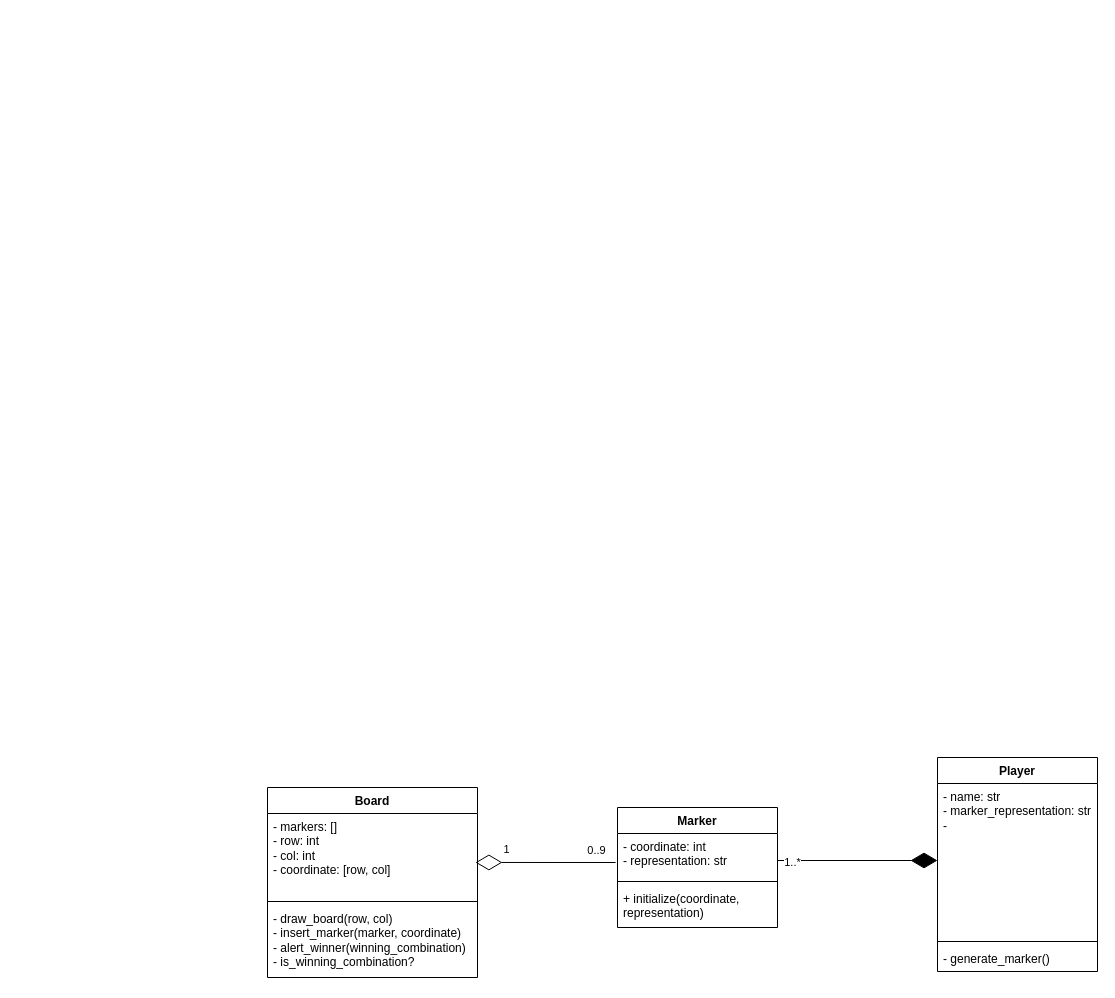
Earlier version of the draw.io diagram tic tac toe.drawio (ZephyRemix/tic-tac-toe). Source tidied: cells renumbered, new cells numbered last; positions are measured from the earlier drawing's top-left corner, leaving out a move shared by most shapes. Both pictures are drawn from the tidied source at 100%, with x=0, y=0 at pixel (97, 757).
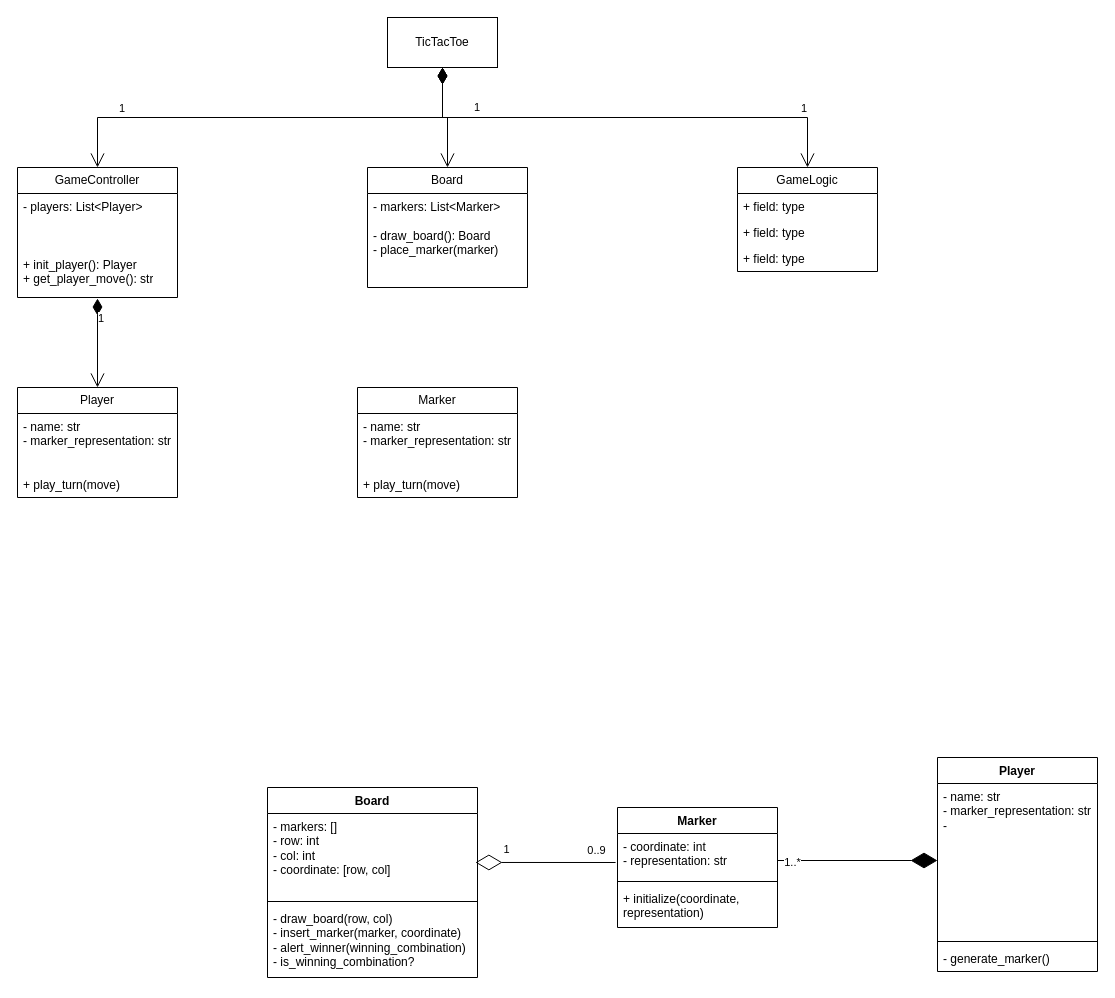
The same page after the edit.

Diff of the diagram source:
```diff
@@
     <mxCell id="2" style="edgeStyle=orthogonalEdgeStyle;rounded=0;html=1;dashed=1;labelBackgroundColor=none;startFill=0;endArrow=open;endFill=0;endSize=10;fontFamily=Verdana;fontSize=10;" parent="1" edge="1">
       <mxGeometry relative="1" as="geometry">
-        <mxPoint x="160" y="552" as="targetPoint" />
+        <mxPoint x="160" y="-178" as="targetPoint" />
         <Array as="points">
-          <mxPoint x="660" y="490" />
-          <mxPoint x="660" y="552" />
+          <mxPoint x="660" y="-240" />
+          <mxPoint x="660" y="-178" />
         </Array>
       </mxGeometry>
     </mxCell>
     <mxCell id="3" style="edgeStyle=orthogonalEdgeStyle;rounded=0;html=1;dashed=1;labelBackgroundColor=none;startFill=0;endArrow=open;endFill=0;endSize=10;fontFamily=Verdana;fontSize=10;" parent="1" edge="1">
       <mxGeometry relative="1" as="geometry">
-        <mxPoint y="690" as="targetPoint" />
+        <mxPoint y="-40" as="targetPoint" />
         <Array as="points">
-          <mxPoint x="530" y="690" />
+          <mxPoint x="530" y="-40" />
         </Array>
       </mxGeometry>
     </mxCell>
     <mxCell id="4" style="edgeStyle=orthogonalEdgeStyle;rounded=0;html=1;dashed=1;labelBackgroundColor=none;startFill=0;endArrow=open;endFill=0;endSize=10;fontFamily=Verdana;fontSize=10;" parent="1" edge="1">
       <mxGeometry relative="1" as="geometry">
-        <mxPoint y="888" as="targetPoint" />
+        <mxPoint y="158" as="targetPoint" />
         <Array as="points">
-          <mxPoint x="500" y="888" />
+          <mxPoint x="500" y="158" />
         </Array>
       </mxGeometry>
     </mxCell>
@@
+    <mxCell id="22" value="GameController" style="swimlane;fontStyle=0;horizontal=1;startSize=26;fillColor=none;whiteSpace=wrap;html=1;" parent="1" vertex="1">
+      <mxGeometry x="-80" y="-590" width="160" height="130" as="geometry" />
+    </mxCell>
+    <mxCell id="23" value="&lt;div&gt;- players: List&amp;lt;Player&amp;gt;&lt;/div&gt;&lt;div&gt;&lt;br&gt;&lt;/div&gt;&lt;div&gt;&lt;br&gt;&lt;/div&gt;&lt;div&gt;&lt;br&gt;&lt;/div&gt;&lt;div&gt;+ init_player(): Player&lt;/div&gt;&lt;div&gt;+ get_player_move(): str&lt;/div&gt;&lt;div&gt;&lt;br&gt;&lt;/div&gt;" style="text;strokeColor=none;fillColor=none;align=left;verticalAlign=top;spacingLeft=4;spacingRight=4;overflow=hidden;whiteSpace=wrap;html=1;" parent="22" vertex="1">
+      <mxGeometry y="26" width="160" height="104" as="geometry" />
+    </mxCell>
+    <mxCell id="24" value="TicTacToe" style="html=1;whiteSpace=wrap;" parent="1" vertex="1">
+      <mxGeometry x="290" y="-740" width="110" height="50" as="geometry" />
+    </mxCell>
+    <mxCell id="25" value="Board" style="swimlane;fontStyle=0;horizontal=1;startSize=26;fillColor=none;whiteSpace=wrap;html=1;" parent="1" vertex="1">
+      <mxGeometry x="270" y="-590" width="160" height="120" as="geometry" />
+    </mxCell>
+    <mxCell id="26" value="- markers: List&amp;lt;Marker&amp;gt;&lt;div&gt;&lt;br&gt;&lt;/div&gt;&lt;div&gt;- draw_board(): Board&amp;nbsp;&lt;/div&gt;&lt;div&gt;- place_marker(marker)&lt;/div&gt;" style="text;strokeColor=none;fillColor=none;align=left;verticalAlign=top;spacingLeft=4;spacingRight=4;overflow=hidden;whiteSpace=wrap;html=1;" parent="25" vertex="1">
+      <mxGeometry y="26" width="160" height="94" as="geometry" />
+    </mxCell>
+    <mxCell id="27" value="GameLogic" style="swimlane;fontStyle=0;horizontal=1;startSize=26;fillColor=none;whiteSpace=wrap;html=1;" parent="1" vertex="1">
+      <mxGeometry x="640" y="-590" width="140" height="104" as="geometry" />
+    </mxCell>
+    <mxCell id="28" value="+ field: type" style="text;strokeColor=none;fillColor=none;align=left;verticalAlign=top;spacingLeft=4;spacingRight=4;overflow=hidden;whiteSpace=wrap;html=1;" parent="27" vertex="1">
+      <mxGeometry y="26" width="140" height="26" as="geometry" />
+    </mxCell>
+    <mxCell id="29" value="+ field: type" style="text;strokeColor=none;fillColor=none;align=left;verticalAlign=top;spacingLeft=4;spacingRight=4;overflow=hidden;whiteSpace=wrap;html=1;" parent="27" vertex="1">
+      <mxGeometry y="52" width="140" height="26" as="geometry" />
+    </mxCell>
+    <mxCell id="30" value="+ field: type" style="text;strokeColor=none;fillColor=none;align=left;verticalAlign=top;spacingLeft=4;spacingRight=4;overflow=hidden;whiteSpace=wrap;html=1;" parent="27" vertex="1">
+      <mxGeometry y="78" width="140" height="26" as="geometry" />
+    </mxCell>
+    <mxCell id="31" value="Player" style="swimlane;fontStyle=0;horizontal=1;startSize=26;fillColor=none;whiteSpace=wrap;html=1;" parent="1" vertex="1">
+      <mxGeometry x="-80" y="-370" width="160" height="110" as="geometry" />
+    </mxCell>
+    <mxCell id="32" value="&lt;div&gt;- name: str&lt;br&gt;- marker_representation: str&lt;/div&gt;&lt;div&gt;&lt;br&gt;&lt;/div&gt;&lt;div&gt;&lt;br&gt;&lt;/div&gt;&lt;div&gt;+ play_turn(move)&lt;/div&gt;" style="text;strokeColor=none;fillColor=none;align=left;verticalAlign=top;spacingLeft=4;spacingRight=4;overflow=hidden;whiteSpace=wrap;html=1;" parent="31" vertex="1">
+      <mxGeometry y="26" width="160" height="84" as="geometry" />
+    </mxCell>
+    <mxCell id="33" value="1" style="endArrow=open;html=1;endSize=12;startArrow=diamondThin;startSize=14;startFill=1;edgeStyle=orthogonalEdgeStyle;align=left;verticalAlign=bottom;rounded=0;entryX=0.5;entryY=0;entryDx=0;entryDy=0;exitX=0.5;exitY=1;exitDx=0;exitDy=0;" parent="1" edge="1" source="24" target="22">
+      <mxGeometry x="-0.78" y="30" relative="1" as="geometry" />
+    </mxCell>
+    <mxCell id="34" value="1" style="endArrow=open;html=1;endSize=12;startArrow=diamondThin;startSize=14;startFill=1;edgeStyle=orthogonalEdgeStyle;align=left;verticalAlign=bottom;rounded=0;entryX=0.5;entryY=0;entryDx=0;entryDy=0;exitX=0.5;exitY=1;exitDx=0;exitDy=0;" parent="1" edge="1" source="24" target="25">
+      <mxGeometry x="0.05" y="-330" relative="1" as="geometry" />
+    </mxCell>
+    <mxCell id="35" value="1" style="endArrow=open;html=1;endSize=12;startArrow=diamondThin;startSize=14;startFill=1;edgeStyle=orthogonalEdgeStyle;align=left;verticalAlign=bottom;rounded=0;entryX=0.5;entryY=0;entryDx=0;entryDy=0;exitX=0.5;exitY=1;exitDx=0;exitDy=0;" parent="1" edge="1" source="24" target="27">
+      <mxGeometry x="0.75" relative="1" as="geometry" />
+    </mxCell>
+    <mxCell id="36" value="1" style="endArrow=open;html=1;endSize=12;startArrow=diamondThin;startSize=14;startFill=1;align=left;verticalAlign=bottom;rounded=0;" parent="1" edge="1" target="31">
+      <mxGeometry x="-0.34" y="-1" relative="1" as="geometry">
+        <mxPoint y="-459" as="sourcePoint" />
+      </mxGeometry>
+    </mxCell>
+    <mxCell id="37" value="Marker" style="swimlane;fontStyle=0;horizontal=1;startSize=26;fillColor=none;whiteSpace=wrap;html=1;" parent="1" vertex="1">
+      <mxGeometry x="260" y="-370" width="160" height="110" as="geometry" />
+    </mxCell>
+    <mxCell id="38" value="&lt;div&gt;- name: str&lt;br&gt;- marker_representation: str&lt;/div&gt;&lt;div&gt;&lt;br&gt;&lt;/div&gt;&lt;div&gt;&lt;br&gt;&lt;/div&gt;&lt;div&gt;+ play_turn(move)&lt;/div&gt;" style="text;strokeColor=none;fillColor=none;align=left;verticalAlign=top;spacingLeft=4;spacingRight=4;overflow=hidden;whiteSpace=wrap;html=1;" parent="37" vertex="1">
+      <mxGeometry y="26" width="160" height="84" as="geometry" />
+    </mxCell>
```
